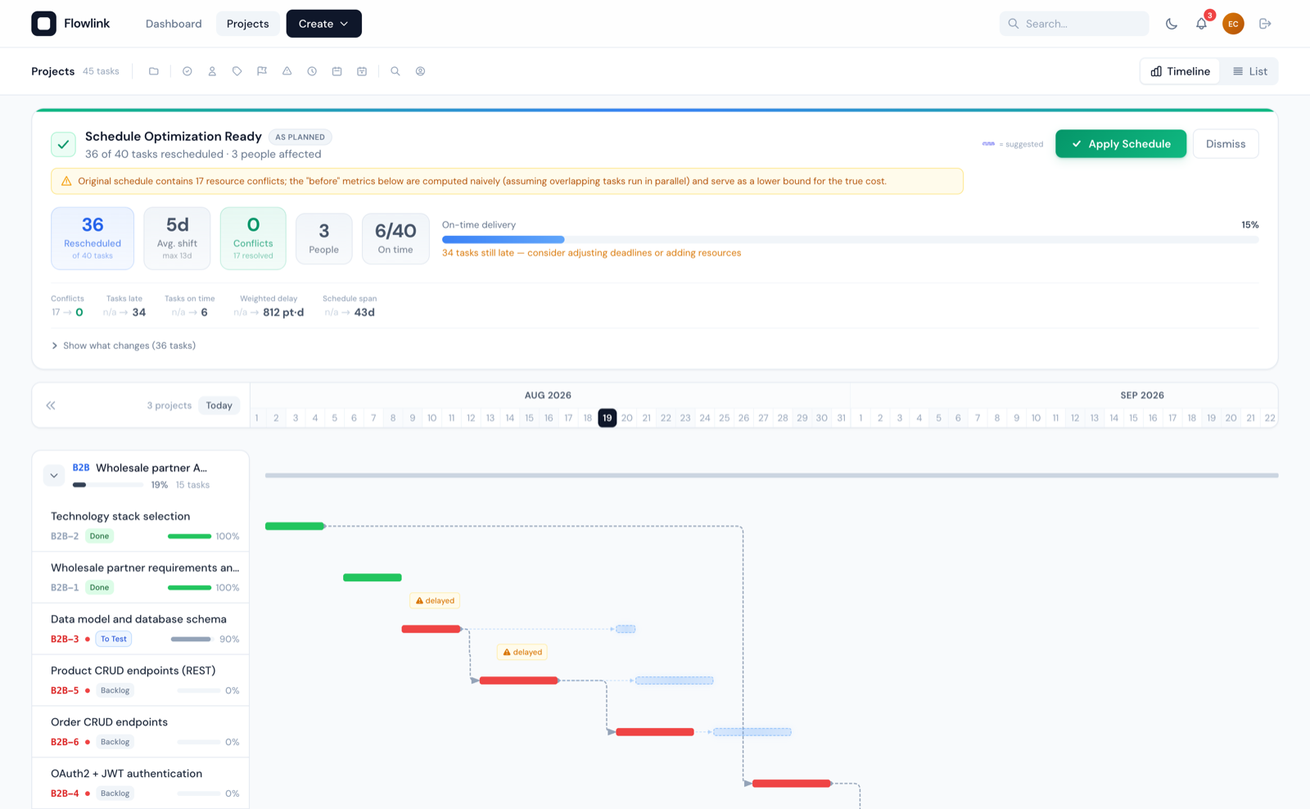
mblaszczykowski/Self-Scheduling-Project-Management-Tool keeps this Mermaid diagram as docs/screenshots/schedule-optimizer.png. Above is the earlier version. Its source is kept beside it as docs/diagrams/src/schedule-optimizer.mmd.
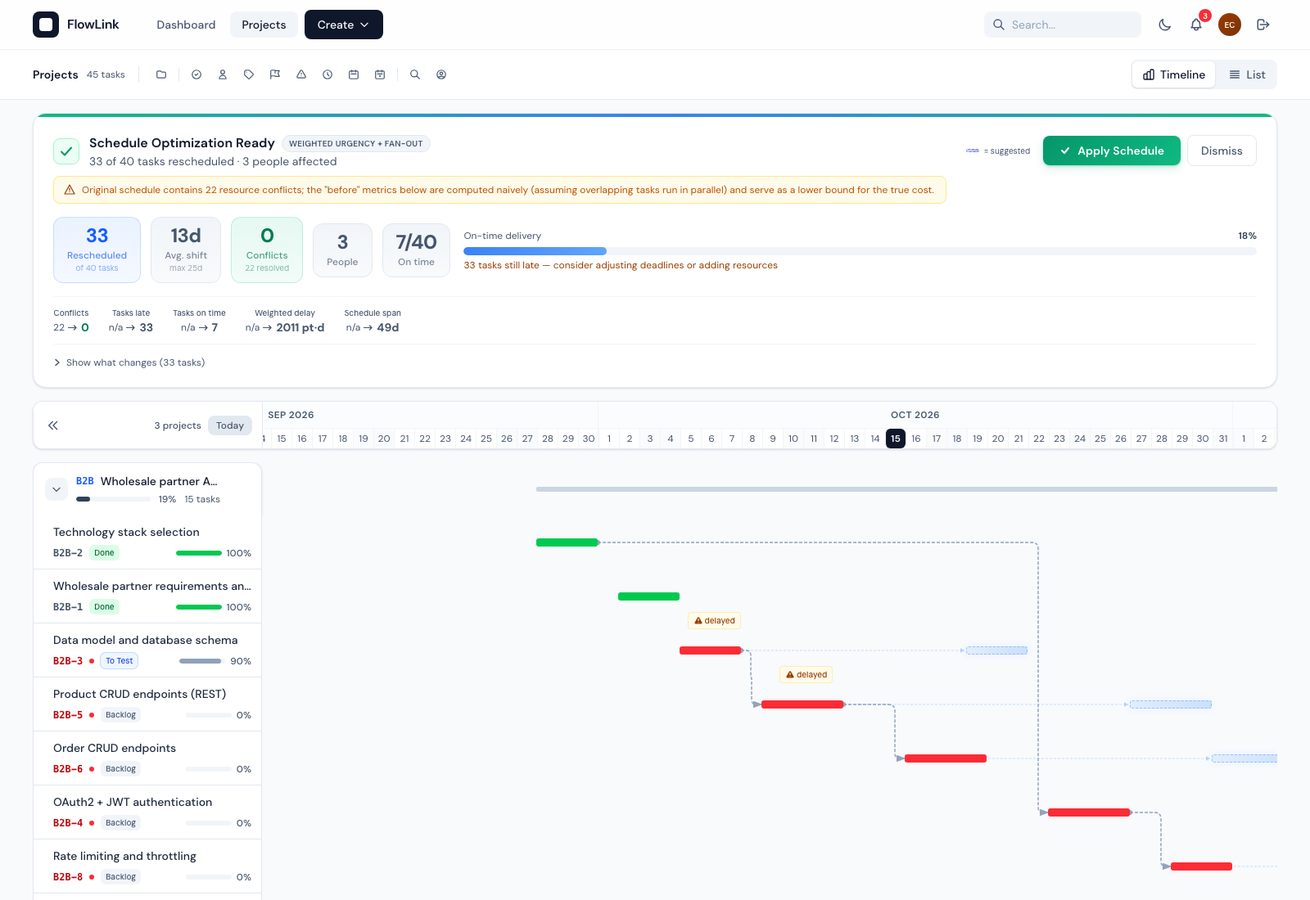
Above is the later version.

The edit, as a diff of the source:
```diff
@@ -13,5 +13,5 @@
     R4 --> Eval
     R5 --> Eval
     Eval --> Pick["lowest Z wins"]
-    Pick --> Simulate["POST /optimization/simulate<br/>preview only"]
-    Pick --> Apply["POST /optimization/apply<br/>recomputed server-side, then persisted"]
+    Pick --> Simulate["POST /api/optimization/simulate<br/>preview + input token"]
+    Pick --> Apply["POST /api/optimization/apply<br/>check token + recompute + persist atomically"]
```
